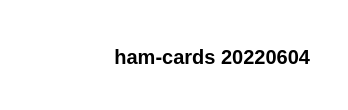
This is page "_background" (3 of 3) of ham-cards.drawio from f4iyy/ham-cards, a draw.io file, before an edit. Source tidied: cells renumbered, new cells numbered last; positions are measured from the earlier drawing's top-left corner, leaving out a move shared by most shapes. Both pictures are drawn from the tidied source at 200%, with x=0, y=0 at pixel (34, 34).
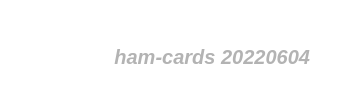
The same page after the edit.

What changed in the source:
```diff
@@
 <mxGraphModel>
   <root>
     <mxCell id="0" />
     <mxCell id="1" parent="0" />
-    <mxCell id="2" value="ham-cards 20220604" style="text;html=1;strokeColor=none;fillColor=none;align=right;verticalAlign=middle;whiteSpace=wrap;rounded=0;fontSize=10;fontStyle=1;" parent="1" vertex="1">
+    <mxCell id="2" value="ham-cards 20220604" style="text;html=1;strokeColor=none;fillColor=none;align=right;verticalAlign=middle;whiteSpace=wrap;rounded=0;fontSize=10;fontStyle=3;fontColor=#B3B3B3;" parent="1" vertex="1">
       <mxGeometry width="140" height="21" as="geometry" />
     </mxCell>
   </root>
 </mxGraphModel>
```
